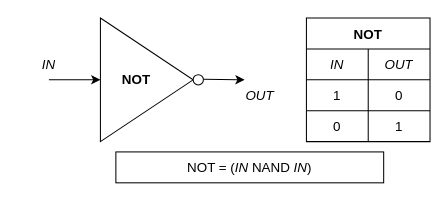
Above: projects/01/NOT.drawio in aaronmbos/nand2tetris (draw.io), before the change. Source tidied: cells renumbered, new cells numbered last; positions are measured from the earlier drawing's top-left corner, leaving out a move shared by most shapes. Both pictures are drawn from the tidied source at 103%, with x=0, y=0 at pixel (18, 18).
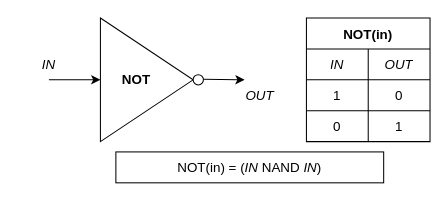
Above is the later version.

Change to the diagram source:
```diff
@@
-    <mxCell id="3" value="NOT" style="shape=table;startSize=30;childLayout=tableLayout;fontStyle=1;align=center;fontSize=13;fontFamily=JetBrains Mono;" parent="1" vertex="1">
+    <mxCell id="3" value="NOT(in)" style="shape=table;startSize=30;childLayout=tableLayout;fontStyle=1;align=center;fontSize=13;fontFamily=JetBrains Mono;" parent="1" vertex="1">
       <mxGeometry x="280" width="120" height="120" as="geometry" />
     </mxCell>
@@
-    <mxCell id="20" value="NOT = (&lt;i&gt;IN&lt;/i&gt; NAND &lt;i&gt;IN&lt;/i&gt;)" style="text;html=1;strokeColor=none;fillColor=none;align=center;verticalAlign=middle;whiteSpace=wrap;rounded=0;fontFamily=JetBrains Mono;fontSize=13;labelBorderColor=none;" parent="1" vertex="1">
+    <mxCell id="20" value="NOT(in) = (&lt;i&gt;IN&lt;/i&gt; NAND &lt;i&gt;IN&lt;/i&gt;)" style="text;html=1;strokeColor=none;fillColor=none;align=center;verticalAlign=middle;whiteSpace=wrap;rounded=0;fontFamily=JetBrains Mono;fontSize=13;labelBorderColor=none;" parent="1" vertex="1">
       <mxGeometry x="100" y="130" width="250" height="30" as="geometry" />
     </mxCell>
```
